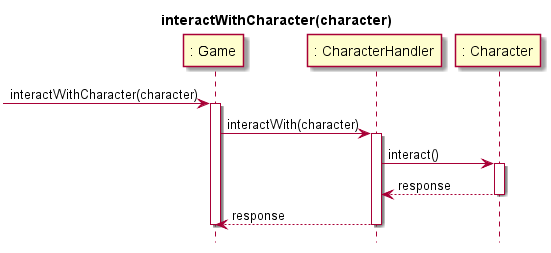
donami/OOD-1415-markus-hederstrom keeps this PlantUML diagram as Assignments/img/interaction_diagrams/interact_with_character.png. Above is the earlier version.
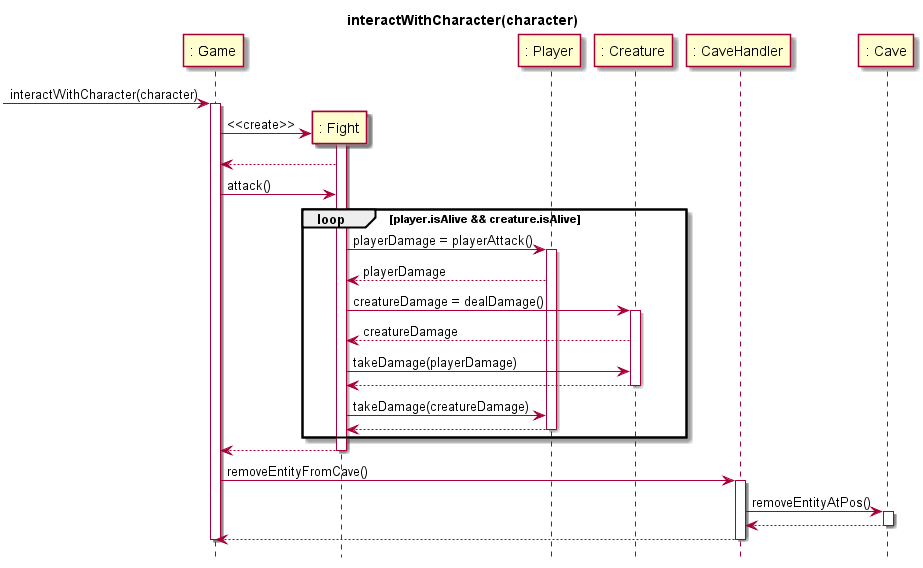
The same diagram one commit later.

Change to the diagram source:
```diff
@@ -3,28 +3,52 @@
 title interactWithCharacter(character)
 
 participant ": Game" as Game
-participant ": CharacterHandler" as CharacterHandler
-participant ": Character" as Character
+participant ": Fight" as Fight
+participant ": Player" as Player
+participant ": Creature" as Creature
+participant ": CaveHandler" as CaveHandler
+participant ": Cave" as Cave
 
 [-> Game: interactWithCharacter(character)
+
+create Fight
 activate Game
+Game -> Fight: <<create>>
+activate Fight
+Fight --> Game
 
-Game -> CharacterHandler: interactWith(character)
-activate CharacterHandler
+Game -> Fight: attack()
 
-CharacterHandler -> Character: interact()
+loop player.isAlive && creature.isAlive
+  Fight -> Player: playerDamage = playerAttack()
+  activate Player
+  Player --> Fight: playerDamage
 
-activate Character
-Character --> CharacterHandler: response
-deactivate Character
+  Fight -> Creature: creatureDamage = dealDamage()
+  activate Creature
+  Creature --> Fight: creatureDamage
 
-CharacterHandler --> Game: response
+  Fight -> Creature: takeDamage(playerDamage)
+  Creature --> Fight
+  deactivate Creature
+  Fight -> Player: takeDamage(creatureDamage)
+  Player --> Fight
+  deactivate Player
+end
 
-deactivate CharacterHandler
+Fight --> Game
 
+deactivate Fight
+
+Game -> CaveHandler: removeEntityFromCave()
+activate CaveHandler
+CaveHandler -> Cave: removeEntityAtPos()
+activate Cave
+Cave --> CaveHandler
+deactivate Cave
+CaveHandler --> Game
+deactivate CaveHandler
 
 deactivate Game
 
-
-
 @enduml
```
